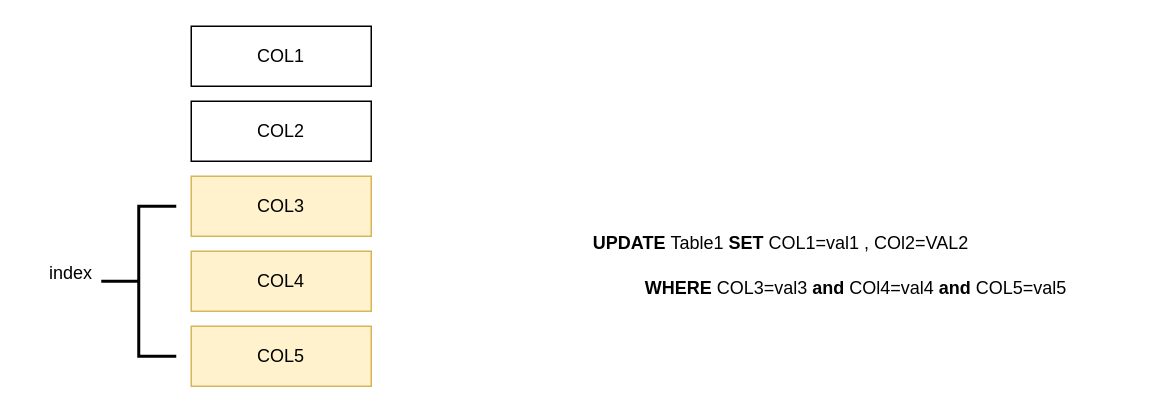
omargit1/Diagrams keeps this draw.io diagram as page "Page-13" (13 of 13) of Untitled Diagram.drawio. Above is the earlier version. Source tidied: cells renumbered, new cells numbered last; positions are measured from the earlier drawing's top-left corner, leaving out a move shared by most shapes. Both pictures are drawn from the tidied source at 150%, with x=0, y=0 at pixel (26, 26).
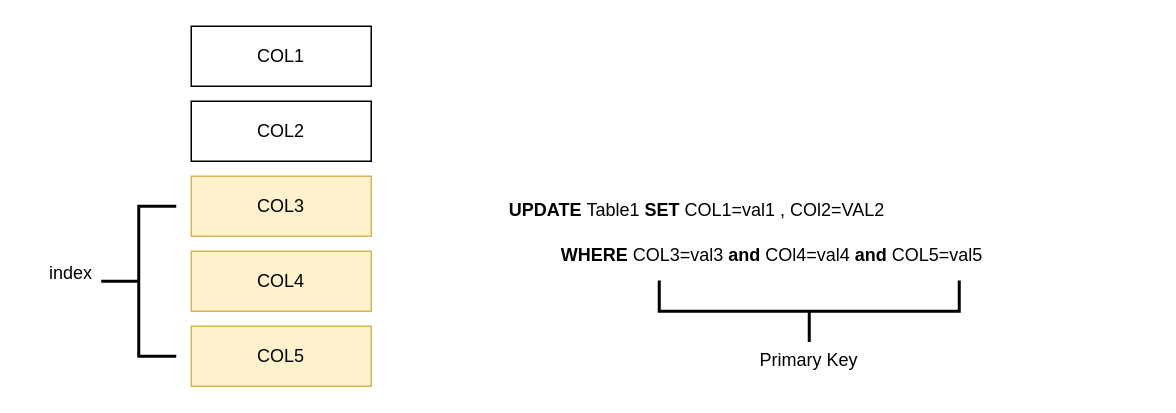
Above is the later version.

The edit, as a diff of the source:
```diff
@@
 <mxGraphModel>
   <root>
     <mxCell id="0" />
     <mxCell id="1" parent="0" />
     <mxCell id="2" value="COL1" style="rounded=0;whiteSpace=wrap;html=1;" parent="1" vertex="1">
       <mxGeometry x="110" width="120" height="40" as="geometry" />
     </mxCell>
     <mxCell id="3" value="COL4" style="rounded=0;whiteSpace=wrap;html=1;fillColor=#fff2cc;strokeColor=#d6b656;" parent="1" vertex="1">
       <mxGeometry x="110" y="150" width="120" height="40" as="geometry" />
     </mxCell>
     <mxCell id="4" value="COL2" style="rounded=0;whiteSpace=wrap;html=1;" parent="1" vertex="1">
       <mxGeometry x="110" y="50" width="120" height="40" as="geometry" />
     </mxCell>
     <mxCell id="5" value="COL3" style="rounded=0;whiteSpace=wrap;html=1;fillColor=#fff2cc;strokeColor=#d6b656;" parent="1" vertex="1">
       <mxGeometry x="110" y="100" width="120" height="40" as="geometry" />
     </mxCell>
     <mxCell id="6" value="&lt;b&gt;UPDATE &lt;/b&gt;Table1 &lt;b&gt;SET &lt;/b&gt;COL1=val1 , COl2=VAL2&amp;nbsp;" style="text;html=1;strokeColor=none;fillColor=none;align=center;verticalAlign=middle;whiteSpace=wrap;rounded=0;" parent="1" vertex="1">
-      <mxGeometry x="310" y="130" width="390" height="30" as="geometry" />
+      <mxGeometry x="254" y="107.5" width="390" height="30" as="geometry" />
     </mxCell>
     <mxCell id="7" value="&lt;b&gt;WHERE &lt;/b&gt;COL3=val3 &lt;b&gt;and &lt;/b&gt;COl4=val4 &lt;b&gt;and &lt;/b&gt;COL5=val5&amp;nbsp;" style="text;html=1;strokeColor=none;fillColor=none;align=center;verticalAlign=middle;whiteSpace=wrap;rounded=0;" parent="1" vertex="1">
-      <mxGeometry x="360" y="160" width="390" height="30" as="geometry" />
+      <mxGeometry x="304" y="137.5" width="390" height="30" as="geometry" />
     </mxCell>
     <mxCell id="8" style="strokeWidth=2;html=1;shape=mxgraph.flowchart.annotation_2;align=left;labelPosition=right;" parent="1" vertex="1">
       <mxGeometry x="50" y="120" width="50" height="100" as="geometry" />
     </mxCell>
     <mxCell id="9" value="index" style="text;html=1;strokeColor=none;fillColor=none;align=center;verticalAlign=middle;whiteSpace=wrap;rounded=0;" parent="1" vertex="1">
       <mxGeometry y="150" width="60" height="30" as="geometry" />
     </mxCell>
     <mxCell id="10" value="COL5" style="rounded=0;whiteSpace=wrap;html=1;fillColor=#fff2cc;strokeColor=#d6b656;" parent="1" vertex="1">
       <mxGeometry x="110" y="200" width="120" height="40" as="geometry" />
     </mxCell>
+    <mxCell id="11" style="strokeWidth=2;html=1;shape=mxgraph.flowchart.annotation_2;align=left;labelPosition=right;rotation=-90;" parent="1" vertex="1">
+      <mxGeometry x="501.5" y="90" width="41" height="200" as="geometry" />
+    </mxCell>
+    <mxCell id="12" value="Primary Key" style="text;html=1;strokeColor=none;fillColor=none;align=center;verticalAlign=middle;whiteSpace=wrap;rounded=0;" parent="1" vertex="1">
+      <mxGeometry x="471.2" y="207.5" width="101.5" height="30" as="geometry" />
+    </mxCell>
   </root>
 </mxGraphModel>
```
